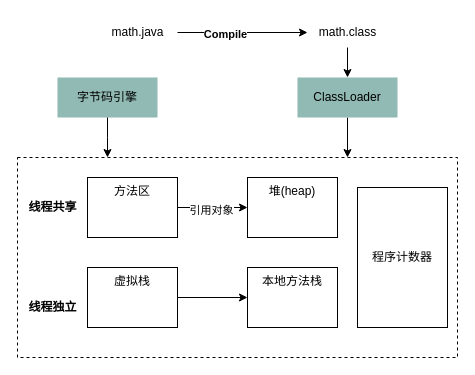
This is asserts/JVM.drawio from RainbowJier/Java, a draw.io file, before an edit. Source tidied: cells renumbered, new cells numbered last; positions are measured from the earlier drawing's top-left corner, leaving out a move shared by most shapes. Both pictures are drawn from the tidied source at 100%, with x=0, y=0 at pixel (17, 17).
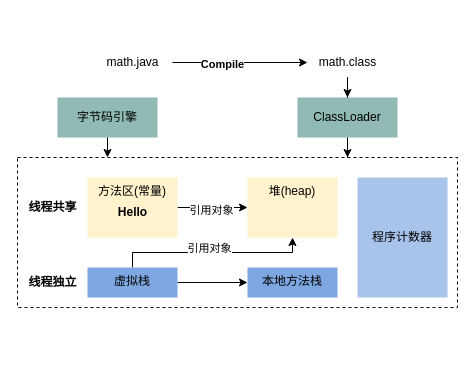
The same diagram, later.

What changed in the source:
```diff
@@
     <mxCell id="2" style="rounded=0;whiteSpace=wrap;html=1;fillColor=none;dashed=1;" parent="1" vertex="1">
-      <mxGeometry y="140" width="440" height="200" as="geometry" />
+      <mxGeometry y="140" width="440" height="150" as="geometry" />
     </mxCell>
@@
     <mxCell id="4" value="ClassLoader" style="rounded=0;whiteSpace=wrap;html=1;dashed=1;fillColor=#90BAB3;strokeColor=none;" parent="1" vertex="1">
-      <mxGeometry x="280" y="60" width="100" height="40" as="geometry" />
+      <mxGeometry x="280" y="80" width="100" height="40" as="geometry" />
     </mxCell>
@@
     <mxCell id="7" value="math.java" style="text;html=1;align=center;verticalAlign=middle;points=[];strokeColor=none;fillColor=none;" parent="1" vertex="1">
-      <mxGeometry x="80" width="80" height="30" as="geometry" />
+      <mxGeometry x="75" y="30" width="80" height="30" as="geometry" />
     </mxCell>
@@
     <mxCell id="9" value="math.class" style="text;html=1;align=center;verticalAlign=middle;points=[];strokeColor=none;fillColor=none;" parent="1" vertex="1">
-      <mxGeometry x="290" width="80" height="30" as="geometry" />
+      <mxGeometry x="290" y="30" width="80" height="30" as="geometry" />
     </mxCell>
@@
-    <mxCell id="12" value="方法区" style="rounded=0;whiteSpace=wrap;html=1;verticalAlign=top;" parent="1" vertex="1">
+    <mxCell id="12" value="方法区(常量)" style="rounded=0;whiteSpace=wrap;html=1;verticalAlign=top;fillColor=#fff2cc;strokeColor=none;" parent="1" vertex="1">
       <mxGeometry x="70" y="160" width="90" height="60" as="geometry" />
     </mxCell>
@@
+    <mxCell id="22" style="edgeStyle=elbowEdgeStyle;rounded=0;jettySize=auto;html=1;entryX=0.5;entryY=1;entryDx=0;entryDy=0;elbow=vertical;" parent="1" edge="1" source="14" target="15">
+      <mxGeometry relative="1" as="geometry" />
+    </mxCell>
+    <mxCell id="23" value="引用对象" style="edgeLabel;html=1;align=center;verticalAlign=middle;" parent="22" vertex="1">
+      <mxGeometry x="-0.16" y="-1" relative="1" as="geometry">
+        <mxPoint x="11" y="-6" as="offset" />
+      </mxGeometry>
+    </mxCell>
-    <mxCell id="14" value="虚拟栈" style="rounded=0;whiteSpace=wrap;html=1;verticalAlign=top;" parent="1" vertex="1">
-      <mxGeometry x="70" y="250" width="90" height="60" as="geometry" />
+    <mxCell id="14" value="虚拟栈" style="rounded=0;whiteSpace=wrap;html=1;verticalAlign=top;strokeColor=none;fillColor=#7EA6E0;" parent="1" vertex="1">
+      <mxGeometry x="70" y="250" width="90" height="30" as="geometry" />
     </mxCell>
-    <mxCell id="15" value="堆(heap)" style="rounded=0;whiteSpace=wrap;html=1;verticalAlign=top;" parent="1" vertex="1">
+    <mxCell id="15" value="堆(heap)" style="rounded=0;whiteSpace=wrap;html=1;verticalAlign=top;fillColor=#fff2cc;strokeColor=none;" parent="1" vertex="1">
       <mxGeometry x="230" y="160" width="90" height="60" as="geometry" />
     </mxCell>
-    <mxCell id="16" value="本地方法栈" style="rounded=0;whiteSpace=wrap;html=1;verticalAlign=top;" parent="1" vertex="1">
-      <mxGeometry x="230" y="250" width="90" height="60" as="geometry" />
+    <mxCell id="16" value="本地方法栈" style="rounded=0;whiteSpace=wrap;html=1;verticalAlign=top;fillColor=#7EA6E0;strokeColor=none;" parent="1" vertex="1">
+      <mxGeometry x="230" y="250" width="90" height="30" as="geometry" />
     </mxCell>
-    <mxCell id="17" value="程序计数器" style="rounded=0;whiteSpace=wrap;html=1;" parent="1" vertex="1">
-      <mxGeometry x="340" y="170" width="90" height="140" as="geometry" />
+    <mxCell id="17" value="程序计数器" style="rounded=0;whiteSpace=wrap;html=1;fillColor=#A9C4EB;strokeColor=none;" parent="1" vertex="1">
+      <mxGeometry x="340" y="160" width="90" height="120" as="geometry" />
     </mxCell>
     <mxCell id="18" value="字节码引擎" style="rounded=0;whiteSpace=wrap;html=1;dashed=1;fillColor=#90BAB3;strokeColor=none;" parent="1" vertex="1">
-      <mxGeometry x="40" y="60" width="100" height="40" as="geometry" />
+      <mxGeometry x="40" y="80" width="100" height="40" as="geometry" />
     </mxCell>
@@
     <mxCell id="21" value="&lt;b&gt;线程独立&lt;/b&gt;" style="text;html=1;align=center;verticalAlign=middle;strokeColor=none;fillColor=none;" parent="1" vertex="1">
-      <mxGeometry y="275" width="70" height="30" as="geometry" />
+      <mxGeometry y="250" width="70" height="30" as="geometry" />
     </mxCell>
+    <mxCell id="24" value="&lt;b&gt;Hello&lt;/b&gt;" style="text;html=1;align=center;verticalAlign=middle;strokeColor=none;fillColor=none;" parent="1" vertex="1">
+      <mxGeometry x="90" y="180" width="50" height="30" as="geometry" />
+    </mxCell>
```
